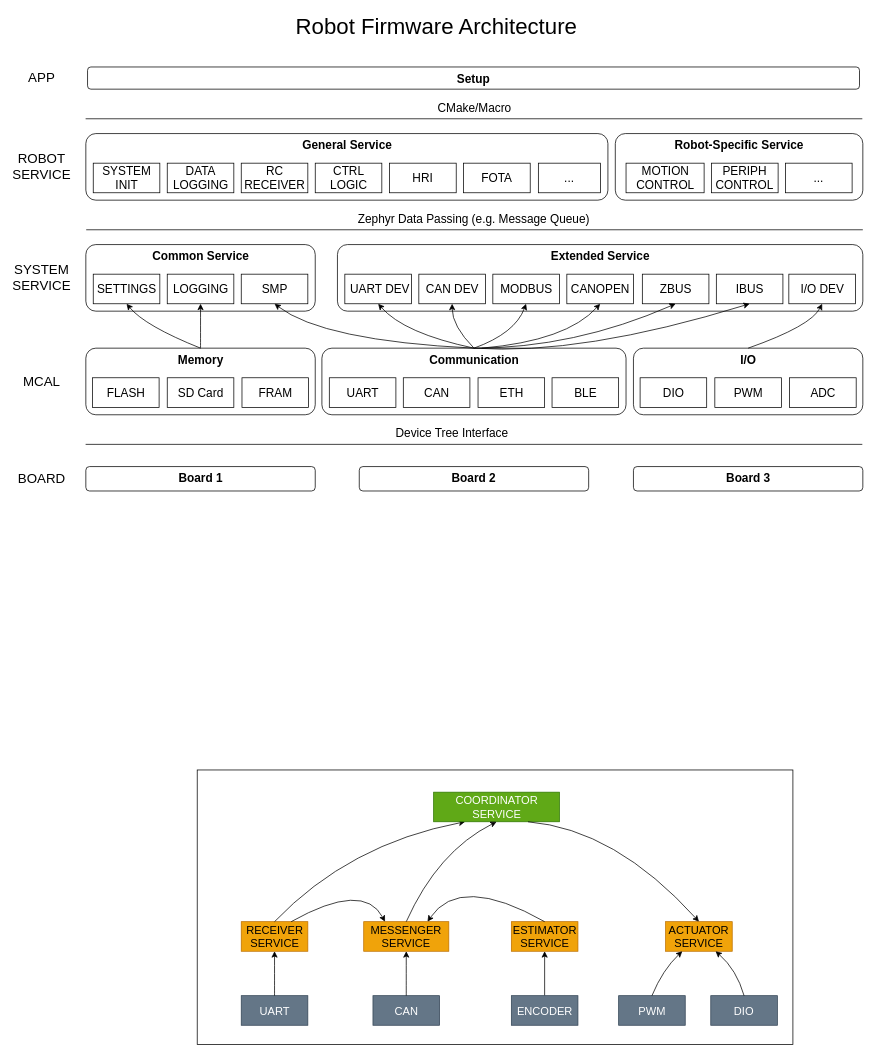
The draw.io diagram docs/robot/wt200/firmware/tbot_firmware.drawio in rxdu/robofw, before the edit. Source tidied: cells renumbered, new cells numbered last; positions are measured from the earlier drawing's top-left corner, leaving out a move shared by most shapes. Both pictures are drawn from the tidied source at 74%, with x=0, y=0 at pixel (19, 15).
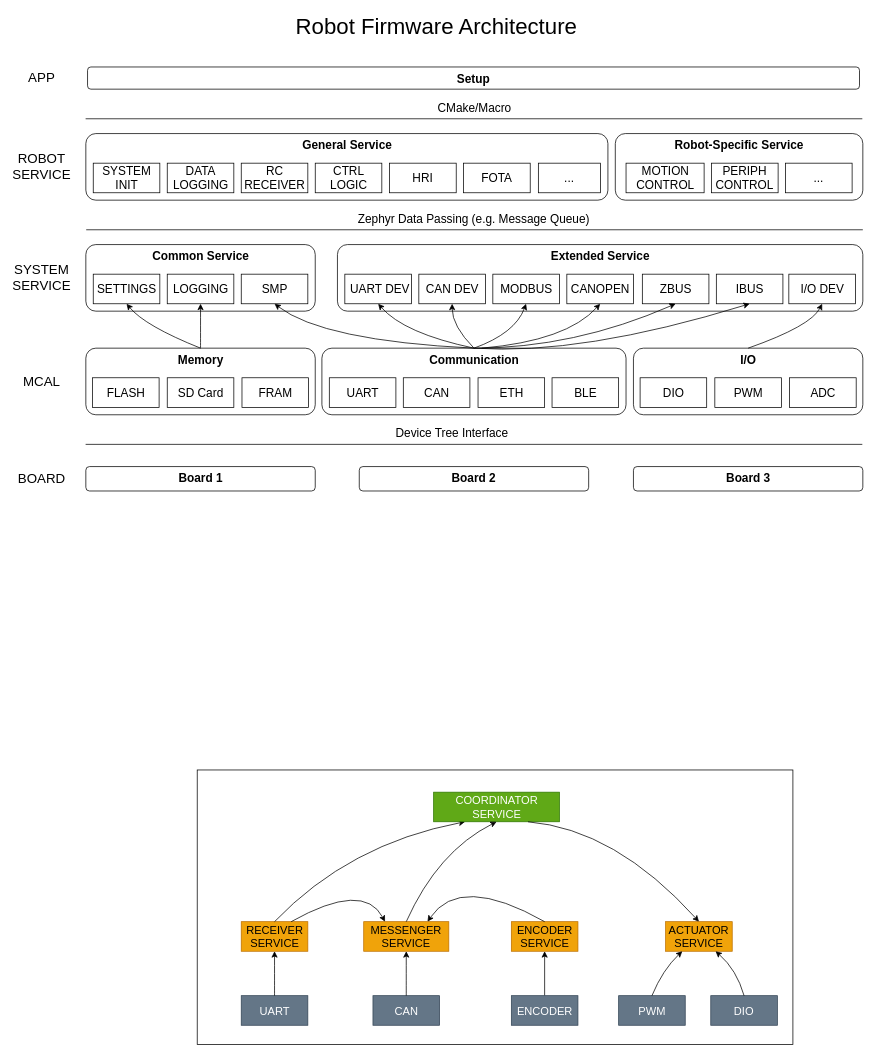
The same page after the edit.

What changed in the source:
```diff
@@
-    <mxCell id="84" value="ESTIMATOR&lt;br&gt;SERVICE" style="rounded=0;whiteSpace=wrap;html=1;fontFamily=Helvetica;fontSize=15;fontColor=#000000;align=center;fillColor=#f0a30a;strokeColor=#BD7000;" parent="1" vertex="1">
+    <mxCell id="84" value="ENCODER&lt;br&gt;SERVICE" style="rounded=0;whiteSpace=wrap;html=1;fontFamily=Helvetica;fontSize=15;fontColor=#000000;align=center;fillColor=#f0a30a;strokeColor=#BD7000;" parent="1" vertex="1">
       <mxGeometry x="664.5" y="1225" width="90" height="40" as="geometry" />
     </mxCell>
```
